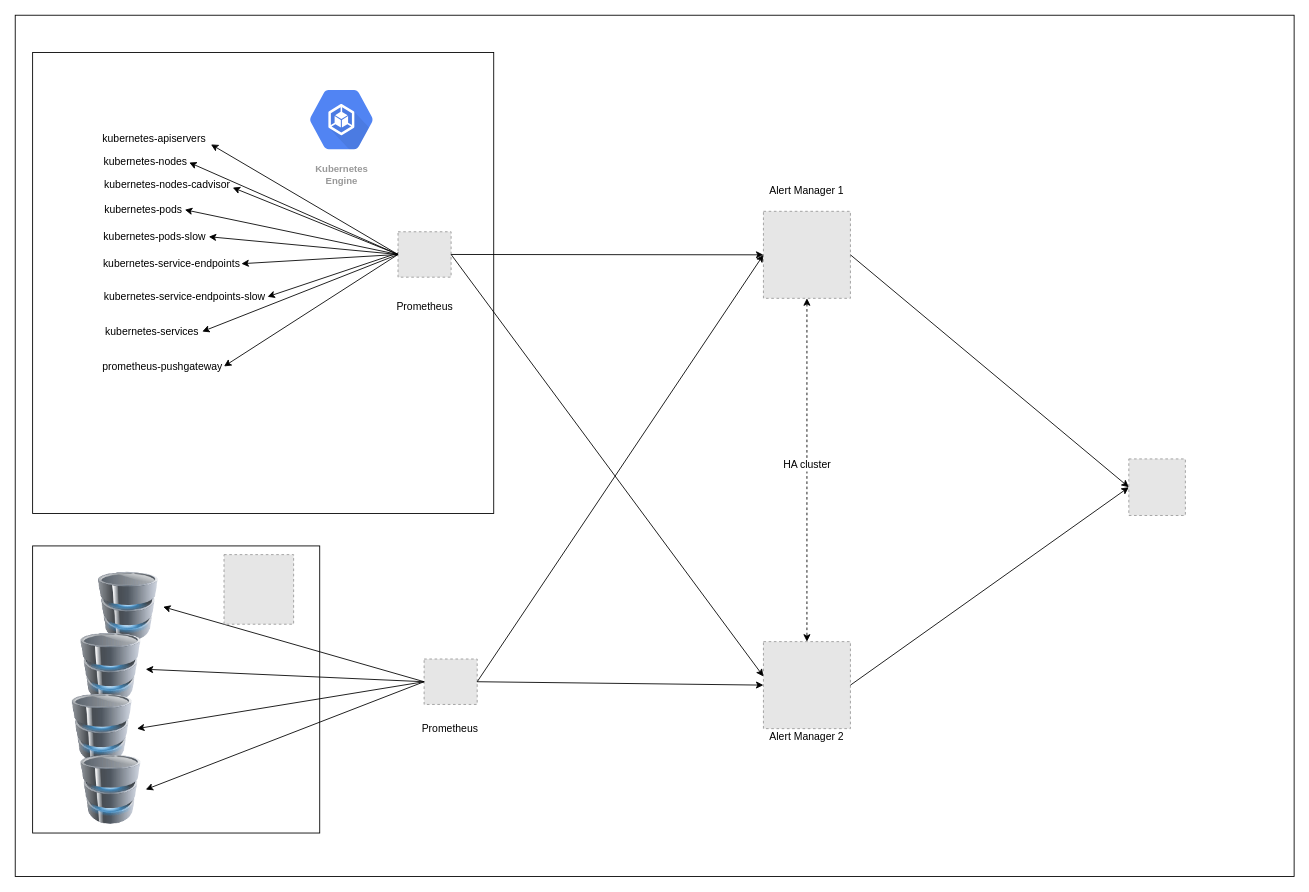
Before: monitoring.drawio in rpksh/helloworld, a draw.io diagram. Source tidied: cells renumbered, new cells numbered last; positions are measured from the earlier drawing's top-left corner, leaving out a move shared by most shapes. Both pictures are drawn from the tidied source at 87%, with x=0, y=0 at pixel (15, 15). Pictures stored in the file or linked from it are replaced by grey dashed boxes.
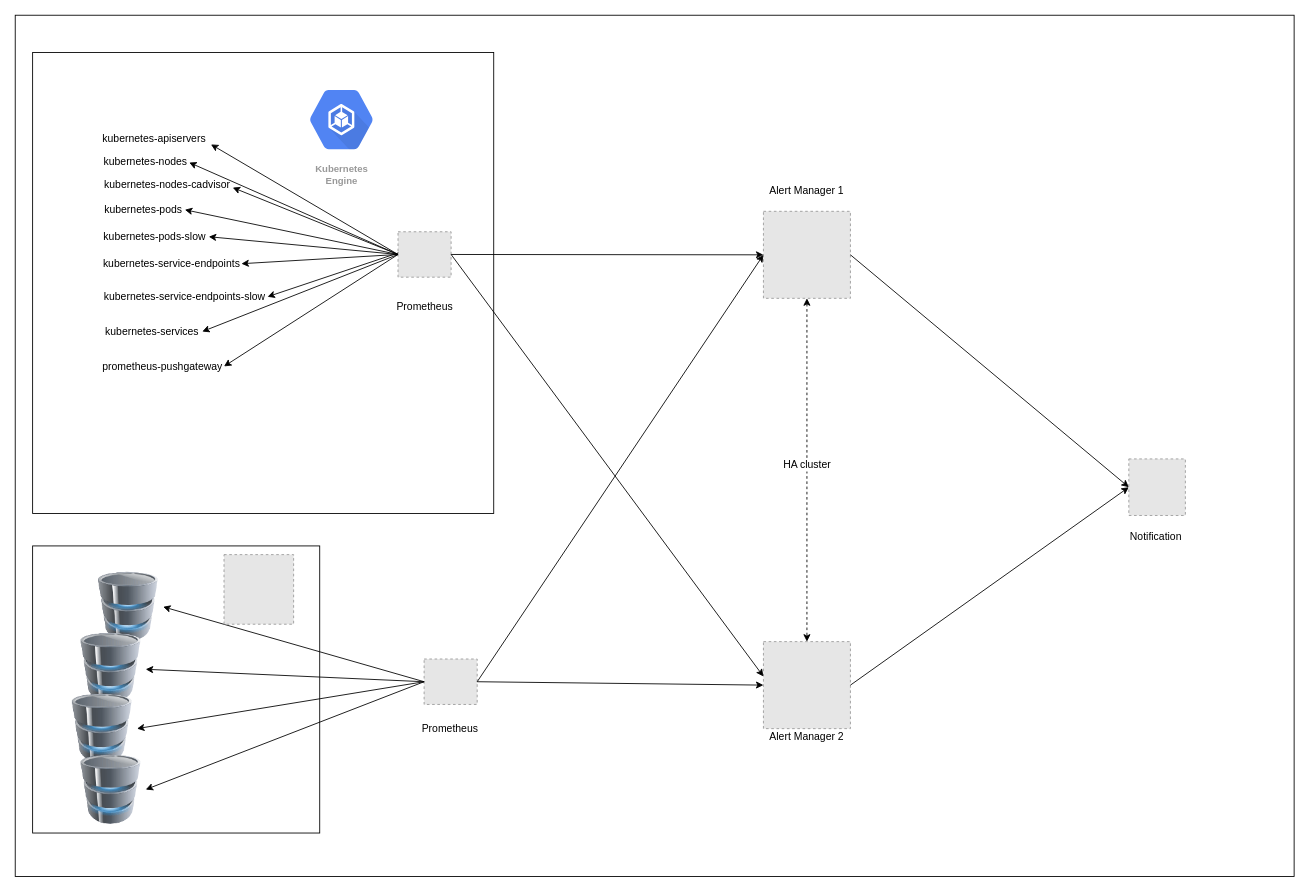
Above is the later version.

The edit, as a diff of the source:
```diff
@@
+    <mxCell id="50" value="Notification&amp;nbsp;" style="text;html=1;strokeColor=none;fillColor=none;align=center;verticalAlign=middle;whiteSpace=wrap;rounded=0;" parent="1" vertex="1">
+      <mxGeometry x="1293" y="590" width="40" height="20" as="geometry" />
+    </mxCell>
```
